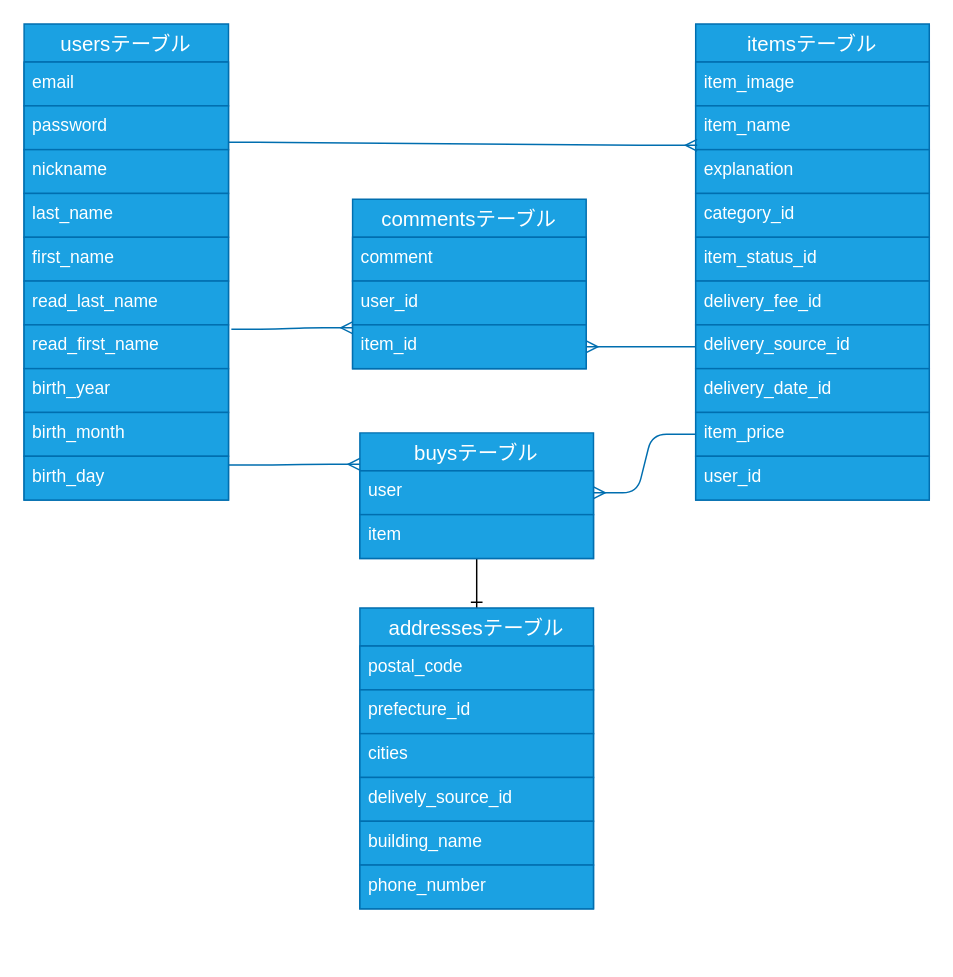
Above: db.dio in shingo04/furima-33965 (draw.io), before the change. Source tidied: cells renumbered, new cells numbered last; positions are measured from the earlier drawing's top-left corner, leaving out a move shared by most shapes. Both pictures are drawn from the tidied source at 146%, with x=0, y=0 at pixel (23, 23).
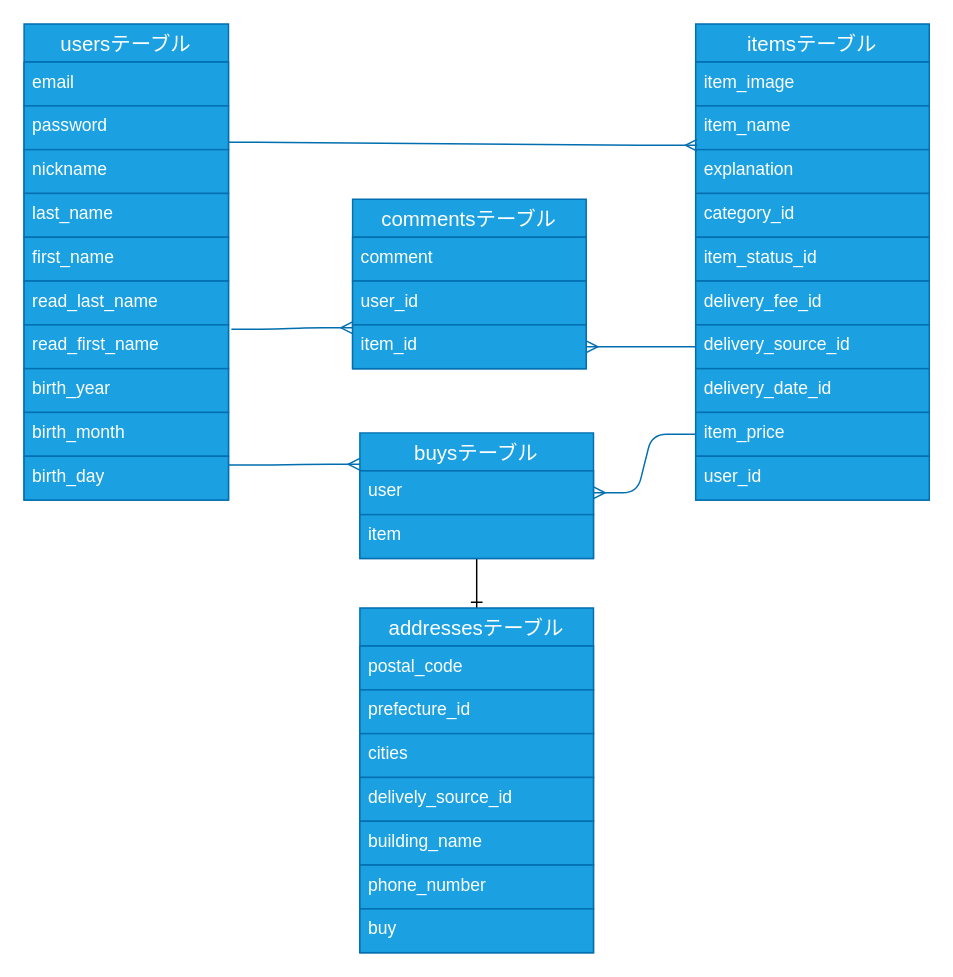
The same page after the edit.

Diff of the diagram source:
```diff
@@
     <mxCell id="35" value="addressesテーブル" style="swimlane;fontStyle=0;horizontal=1;startSize=26;align=center;fontSize=14;fillColor=#1ba1e2;strokeColor=#006EAF;fontColor=#ffffff;" parent="1" vertex="1">
-      <mxGeometry x="230" y="400" width="160" height="206" as="geometry" />
+      <mxGeometry x="230" y="400" width="160" height="236" as="geometry" />
     </mxCell>
@@
+    <mxCell id="44" value="buy" style="text;strokeColor=#006EAF;fillColor=#1ba1e2;spacingLeft=4;spacingRight=4;overflow=hidden;fontSize=12;fontColor=#ffffff;" parent="35" vertex="1">
+      <mxGeometry y="206" width="160" height="30" as="geometry" />
+    </mxCell>
```
